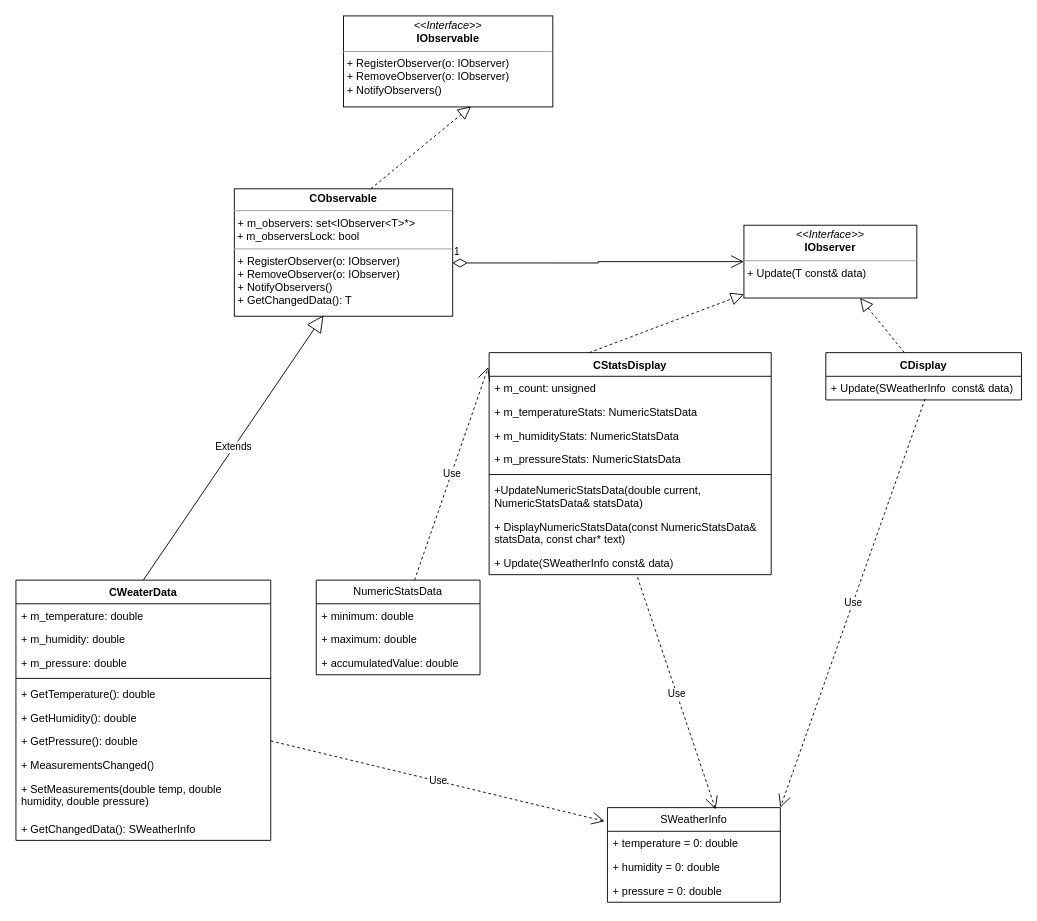
This is lab2/task2.drawio from amfunNylord/ood, a draw.io file, before an edit. Source tidied: cells renumbered, new cells numbered last; positions are measured from the earlier drawing's top-left corner, leaving out a move shared by most shapes. Both pictures are drawn from the tidied source at 91%, with x=0, y=0 at pixel (15, 15).
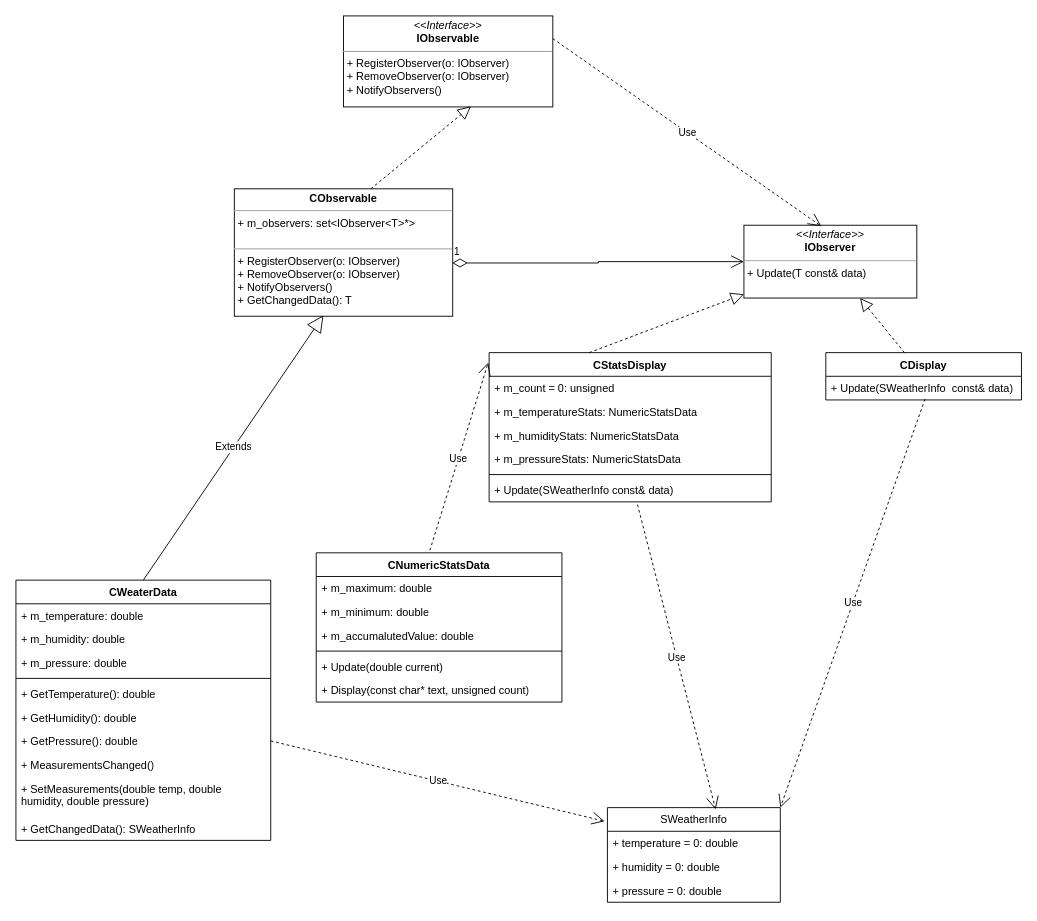
The same page after the edit.

The change refers to these unchanged cells:
```xml
<mxCell id="2" value="&lt;p style=&quot;margin:0px;margin-top:4px;text-align:center;&quot;&gt;&lt;i&gt;&amp;lt;&amp;lt;Interface&amp;gt;&amp;gt;&lt;/i&gt;&lt;br&gt;&lt;b&gt;IObserver&lt;/b&gt;&lt;/p&gt;&lt;hr size=&quot;1&quot;&gt;&lt;p style=&quot;margin:0px;margin-left:4px;&quot;&gt;+ Update(T const&amp;amp; data)&lt;br&gt;&lt;/p&gt;" style="verticalAlign=top;align=left;overflow=fill;fontSize=12;fontFamily=Helvetica;html=1;whiteSpace=wrap;" parent="1" vertex="1">
  <mxGeometry x="800" y="230" width="190" height="80" as="geometry" />
</mxCell>
<mxCell id="3" value="&lt;p style=&quot;margin:0px;margin-top:4px;text-align:center;&quot;&gt;&lt;i&gt;&amp;lt;&amp;lt;Interface&amp;gt;&amp;gt;&lt;/i&gt;&lt;br&gt;&lt;b&gt;IObservable&lt;/b&gt;&lt;/p&gt;&lt;hr size=&quot;1&quot;&gt;&lt;p style=&quot;border-color: var(--border-color); margin: 0px 0px 0px 4px;&quot;&gt;+ RegisterObserver(o: IObserver)&lt;/p&gt;&lt;p style=&quot;border-color: var(--border-color); margin: 0px 0px 0px 4px;&quot;&gt;+ RemoveObserver(o: IObserver)&lt;/p&gt;&lt;p style=&quot;border-color: var(--border-color); margin: 0px 0px 0px 4px;&quot;&gt;+ NotifyObservers()&lt;/p&gt;" style="verticalAlign=top;align=left;overflow=fill;fontSize=12;fontFamily=Helvetica;html=1;whiteSpace=wrap;" parent="1" vertex="1">
  <mxGeometry x="360" width="230" height="100" as="geometry" />
</mxCell>
```

Diff of the diagram source:
```diff
@@
-    <mxCell id="4" value="&lt;p style=&quot;margin:0px;margin-top:4px;text-align:center;&quot;&gt;&lt;b&gt;CObservable&lt;/b&gt;&lt;/p&gt;&lt;hr size=&quot;1&quot;&gt;&lt;p style=&quot;margin:0px;margin-left:4px;&quot;&gt;+ m_observers: set&amp;lt;IObserver&amp;lt;T&amp;gt;*&amp;gt;&lt;/p&gt;&amp;nbsp;+ m_observersLock: bool&lt;br&gt;&lt;hr size=&quot;1&quot;&gt;&lt;p style=&quot;border-color: var(--border-color); margin: 0px 0px 0px 4px;&quot;&gt;+ RegisterObserver(o: IObserver)&lt;/p&gt;&lt;p style=&quot;border-color: var(--border-color); margin: 0px 0px 0px 4px;&quot;&gt;+ RemoveObserver(o: IObserver)&lt;/p&gt;&lt;p style=&quot;border-color: var(--border-color); margin: 0px 0px 0px 4px;&quot;&gt;+ NotifyObservers()&lt;/p&gt;&lt;p style=&quot;border-color: var(--border-color); margin: 0px 0px 0px 4px;&quot;&gt;+ GetChangedData(): T&lt;/p&gt;" style="verticalAlign=top;align=left;overflow=fill;fontSize=12;fontFamily=Helvetica;html=1;whiteSpace=wrap;" parent="1" vertex="1">
+    <mxCell id="4" value="&lt;p style=&quot;margin:0px;margin-top:4px;text-align:center;&quot;&gt;&lt;b&gt;CObservable&lt;/b&gt;&lt;/p&gt;&lt;hr size=&quot;1&quot;&gt;&lt;p style=&quot;margin:0px;margin-left:4px;&quot;&gt;+ m_observers: set&amp;lt;IObserver&amp;lt;T&amp;gt;*&amp;gt;&lt;/p&gt;&lt;br&gt;&lt;hr size=&quot;1&quot;&gt;&lt;p style=&quot;border-color: var(--border-color); margin: 0px 0px 0px 4px;&quot;&gt;+ RegisterObserver(o: IObserver)&lt;/p&gt;&lt;p style=&quot;border-color: var(--border-color); margin: 0px 0px 0px 4px;&quot;&gt;+ RemoveObserver(o: IObserver)&lt;/p&gt;&lt;p style=&quot;border-color: var(--border-color); margin: 0px 0px 0px 4px;&quot;&gt;+ NotifyObservers()&lt;/p&gt;&lt;p style=&quot;border-color: var(--border-color); margin: 0px 0px 0px 4px;&quot;&gt;+ GetChangedData(): T&lt;/p&gt;" style="verticalAlign=top;align=left;overflow=fill;fontSize=12;fontFamily=Helvetica;html=1;whiteSpace=wrap;" parent="1" vertex="1">
       <mxGeometry x="240" y="190" width="240" height="140" as="geometry" />
     </mxCell>
@@
     <mxCell id="13" value="CStatsDisplay" style="swimlane;fontStyle=1;align=center;verticalAlign=top;horizontal=1;startSize=26;whiteSpace=wrap;html=1;" parent="1" vertex="1">
-      <mxGeometry x="520" y="370" width="310" height="244" as="geometry" />
+      <mxGeometry x="520" y="370" width="310" height="164" as="geometry" />
     </mxCell>
-    <mxCell id="14" value="+ m_count: unsigned&amp;nbsp;" style="text;strokeColor=none;fillColor=none;align=left;verticalAlign=top;spacingLeft=4;spacingRight=4;overflow=hidden;whiteSpace=wrap;html=1;" parent="13" vertex="1">
+    <mxCell id="14" value="+ m_count = 0: unsigned&amp;nbsp;" style="text;strokeColor=none;fillColor=none;align=left;verticalAlign=top;spacingLeft=4;spacingRight=4;overflow=hidden;whiteSpace=wrap;html=1;" parent="13" vertex="1">
       <mxGeometry y="26" width="310" height="26" as="geometry" />
     </mxCell>
@@
-    <mxCell id="19" value="+UpdateNumericStatsData(double current, NumericStatsData&amp;amp; statsData)" style="text;strokeColor=none;fillColor=none;align=left;verticalAlign=top;spacingLeft=4;spacingRight=4;overflow=hidden;whiteSpace=wrap;html=1;" parent="13" vertex="1">
-      <mxGeometry y="138" width="310" height="40" as="geometry" />
-    </mxCell>
-    <mxCell id="20" value="+&amp;nbsp;DisplayNumericStatsData(const NumericStatsData&amp;amp; statsData, const char* text)" style="text;strokeColor=none;fillColor=none;align=left;verticalAlign=top;spacingLeft=4;spacingRight=4;overflow=hidden;whiteSpace=wrap;html=1;" parent="13" vertex="1">
-      <mxGeometry y="178" width="310" height="40" as="geometry" />
-    </mxCell>
     <mxCell id="21" value="+ Update(SWeatherInfo const&amp;amp; data)" style="text;strokeColor=none;fillColor=none;align=left;verticalAlign=top;spacingLeft=4;spacingRight=4;overflow=hidden;points=[[0,0.5],[1,0.5]];portConstraint=eastwest;whiteSpace=wrap;html=1;" parent="13" vertex="1">
-      <mxGeometry y="218" width="310" height="26" as="geometry" />
+      <mxGeometry y="138" width="310" height="26" as="geometry" />
     </mxCell>
-    <mxCell id="22" value="NumericStatsData" style="swimlane;fontStyle=0;horizontal=1;startSize=26;fillColor=none;whiteSpace=wrap;html=1;" parent="1" vertex="1">
-      <mxGeometry x="330" y="620" width="180" height="104" as="geometry" />
-    </mxCell>
-    <mxCell id="23" value="+ minimum: double" style="text;strokeColor=none;fillColor=none;align=left;verticalAlign=top;spacingLeft=4;spacingRight=4;overflow=hidden;whiteSpace=wrap;html=1;" parent="22" vertex="1">
-      <mxGeometry y="26" width="180" height="26" as="geometry" />
-    </mxCell>
-    <mxCell id="24" value="+ maximum: double" style="text;strokeColor=none;fillColor=none;align=left;verticalAlign=top;spacingLeft=4;spacingRight=4;overflow=hidden;whiteSpace=wrap;html=1;" parent="22" vertex="1">
-      <mxGeometry y="52" width="180" height="26" as="geometry" />
-    </mxCell>
-    <mxCell id="25" value="+ accumulatedValue: double" style="text;strokeColor=none;fillColor=none;align=left;verticalAlign=top;spacingLeft=4;spacingRight=4;overflow=hidden;whiteSpace=wrap;html=1;" parent="22" vertex="1">
-      <mxGeometry y="78" width="180" height="26" as="geometry" />
-    </mxCell>
-    <mxCell id="26" value="Use" style="endArrow=open;endSize=12;dashed=1;html=1;rounded=0;entryX=-0.003;entryY=0.066;entryDx=0;entryDy=0;entryPerimeter=0;" parent="1" edge="1" source="22" target="13">
+    <mxCell id="26" value="Use" style="endArrow=open;endSize=12;dashed=1;html=1;rounded=0;entryX=-0.003;entryY=0.066;entryDx=0;entryDy=0;entryPerimeter=0;exitX=0.456;exitY=0.018;exitDx=0;exitDy=0;exitPerimeter=0;" parent="1" edge="1" source="45" target="13">
       <mxGeometry relative="1" as="geometry" />
     </mxCell>
@@
+    <mxCell id="44" value="Use" style="endArrow=open;endSize=12;dashed=1;html=1;rounded=0;entryX=0.447;entryY=0.013;entryDx=0;entryDy=0;entryPerimeter=0;exitX=1;exitY=0.25;exitDx=0;exitDy=0;" parent="1" edge="1" source="3" target="2">
+      <mxGeometry relative="1" as="geometry" />
+    </mxCell>
+    <mxCell id="45" value="CNumericStatsData" style="swimlane;fontStyle=1;align=center;verticalAlign=top;horizontal=1;startSize=26;whiteSpace=wrap;html=1;" parent="1" vertex="1">
+      <mxGeometry x="330" y="590" width="270" height="164" as="geometry" />
+    </mxCell>
+    <mxCell id="46" value="+ m_maximum: double" style="text;strokeColor=none;fillColor=none;align=left;verticalAlign=top;spacingLeft=4;spacingRight=4;overflow=hidden;whiteSpace=wrap;html=1;" parent="45" vertex="1">
+      <mxGeometry y="26" width="270" height="26" as="geometry" />
+    </mxCell>
+    <mxCell id="47" value="+ m_minimum: double" style="text;strokeColor=none;fillColor=none;align=left;verticalAlign=top;spacingLeft=4;spacingRight=4;overflow=hidden;whiteSpace=wrap;html=1;" parent="45" vertex="1">
+      <mxGeometry y="52" width="270" height="26" as="geometry" />
+    </mxCell>
+    <mxCell id="48" value="+ m_accumalutedValue: double" style="text;strokeColor=none;fillColor=none;align=left;verticalAlign=top;spacingLeft=4;spacingRight=4;overflow=hidden;whiteSpace=wrap;html=1;" parent="45" vertex="1">
+      <mxGeometry y="78" width="270" height="26" as="geometry" />
+    </mxCell>
+    <mxCell id="49" style="line;strokeWidth=1;fillColor=none;align=left;verticalAlign=middle;spacingTop=-1;spacingLeft=3;spacingRight=3;labelPosition=right;strokeColor=inherit;" parent="45" vertex="1">
+      <mxGeometry y="104" width="270" height="8" as="geometry" />
+    </mxCell>
+    <mxCell id="50" value="+ Update(double current)" style="text;strokeColor=none;fillColor=none;align=left;verticalAlign=top;spacingLeft=4;spacingRight=4;overflow=hidden;whiteSpace=wrap;html=1;" parent="45" vertex="1">
+      <mxGeometry y="112" width="270" height="26" as="geometry" />
+    </mxCell>
+    <mxCell id="51" value="+ Display(const char* text, unsigned count)" style="text;strokeColor=none;fillColor=none;align=left;verticalAlign=top;spacingLeft=4;spacingRight=4;overflow=hidden;whiteSpace=wrap;html=1;" parent="45" vertex="1">
+      <mxGeometry y="138" width="270" height="26" as="geometry" />
+    </mxCell>
```
